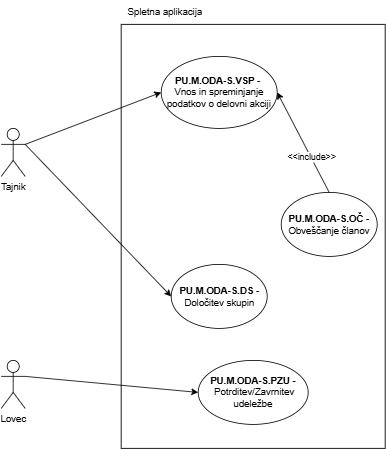
ErnestISv/Lovstvo keeps this draw.io diagram as Organiziranje delovnih akcij-Spletna aplikacija.drawio.png. Above is the earlier version. Source tidied: cells renumbered, new cells last; positions are measured from the earlier drawing's top-left corner, leaving out a move shared by most shapes.
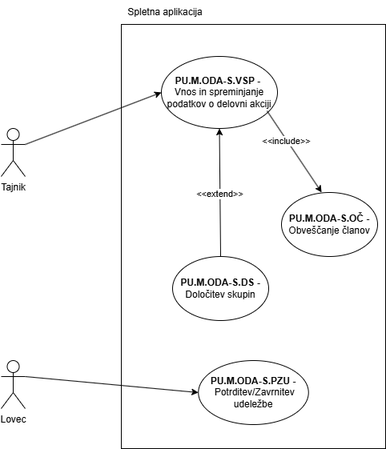
Above is the later version.

Diff of the diagram source:
```diff
@@ -15,7 +15,7 @@
       <mxGeometry x="246.2" y="450" width="137.5" height="80" as="geometry" />
     </mxCell>
     <mxCell id="6" value="&lt;b&gt;PU.M.ODA-S.DS -&lt;/b&gt; Določitev skupin" style="ellipse;whiteSpace=wrap;html=1;" parent="1" vertex="1">
-      <mxGeometry x="212.5" y="330" width="120" height="80" as="geometry" />
+      <mxGeometry x="214" y="320" width="120" height="80" as="geometry" />
     </mxCell>
     <mxCell id="7" value="&lt;b&gt;PU.M.ODA-S.OČ -&lt;/b&gt; Obveščanje članov" style="ellipse;whiteSpace=wrap;html=1;" parent="1" vertex="1">
       <mxGeometry x="350" y="240" width="120" height="80" as="geometry" />
@@ -26,15 +26,20 @@
     <mxCell id="9" value="Tajnik" style="shape=umlActor;verticalLabelPosition=bottom;verticalAlign=top;html=1;outlineConnect=0;" parent="1" vertex="1">
       <mxGeometry y="160" width="30" height="60" as="geometry" />
     </mxCell>
-    <mxCell id="10" style="endArrow=classic;html=1;rounded=0;entryX=1;entryY=0.5;entryDx=0;entryDy=0;exitX=0.5;exitY=0;exitDx=0;exitDy=0;" parent="1" edge="1" source="7" target="4">
+    <mxCell id="10" style="endArrow=classic;html=1;rounded=0;exitX=0.91;exitY=0.756;exitDx=0;exitDy=0;exitPerimeter=0;entryX=0.758;entryY=0.396;entryDx=0;entryDy=0;entryPerimeter=0;" parent="1" edge="1" source="4" target="2">
       <mxGeometry relative="1" as="geometry" />
     </mxCell>
     <mxCell id="11" value="&amp;lt;&amp;lt;include&amp;gt;&amp;gt;" style="edgeLabel;html=1;align=center;verticalAlign=middle;" parent="10" vertex="1">
       <mxGeometry x="-0.29" y="-1" relative="1" as="geometry" />
     </mxCell>
-    <mxCell id="12" style="endArrow=classic;html=1;rounded=0;exitX=1;exitY=0.3333333333333333;exitDx=0;exitDy=0;exitPerimeter=0;entryX=0;entryY=0.5;entryDx=0;entryDy=0;" parent="1" edge="1" source="9" target="6">
+    <mxCell id="12" style="endArrow=classic;html=1;rounded=0;exitX=0.5;exitY=0;exitDx=0;exitDy=0;entryX=0.5;entryY=1;entryDx=0;entryDy=0;" parent="1" edge="1" source="6" target="4">
       <mxGeometry relative="1" as="geometry" />
     </mxCell>
+    <mxCell id="15" value="&amp;lt;&amp;lt;extend&amp;gt;&amp;gt;" style="edgeLabel;html=1;align=center;verticalAlign=middle;" parent="12" vertex="1">
+      <mxGeometry x="-0.01" y="2" relative="1" as="geometry">
+        <mxPoint x="1" as="offset" />
+      </mxGeometry>
+    </mxCell>
     <mxCell id="13" style="endArrow=classic;html=1;rounded=0;entryX=0;entryY=0.5;entryDx=0;entryDy=0;exitX=1;exitY=0.3333333333333333;exitDx=0;exitDy=0;exitPerimeter=0;" parent="1" edge="1" source="14" target="5">
       <mxGeometry relative="1" as="geometry" />
     </mxCell>
```
